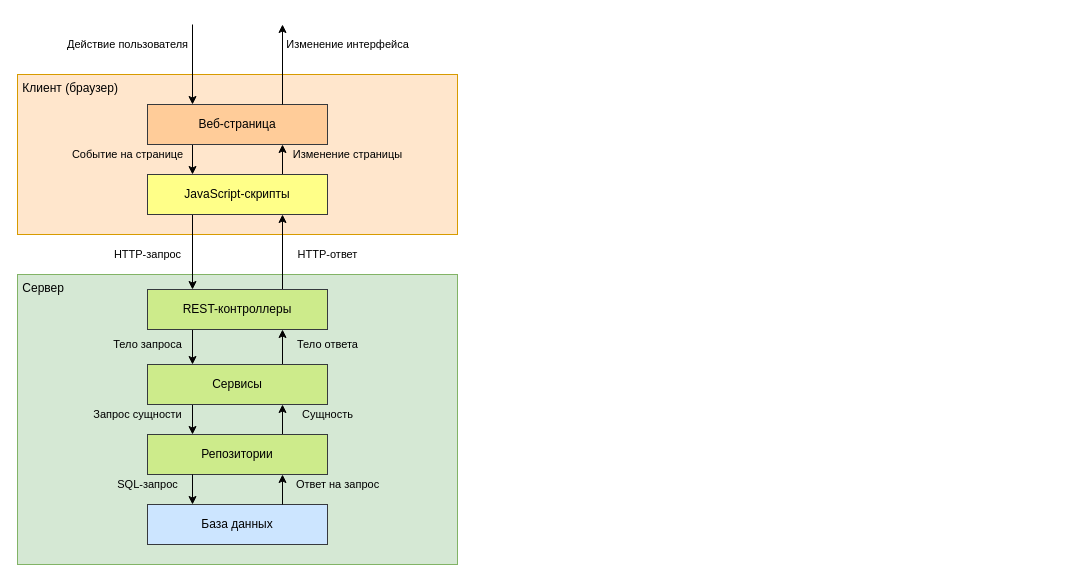
Before: spring/docs/diagrams/quendless_architecture.drawio in toiepp/quendless, a draw.io diagram. Source tidied: cells renumbered, new cells numbered last; positions are measured from the earlier drawing's top-left corner, leaving out a move shared by most shapes. Both pictures are drawn from the tidied source at 100%, with x=0, y=0 at pixel (17, 24).
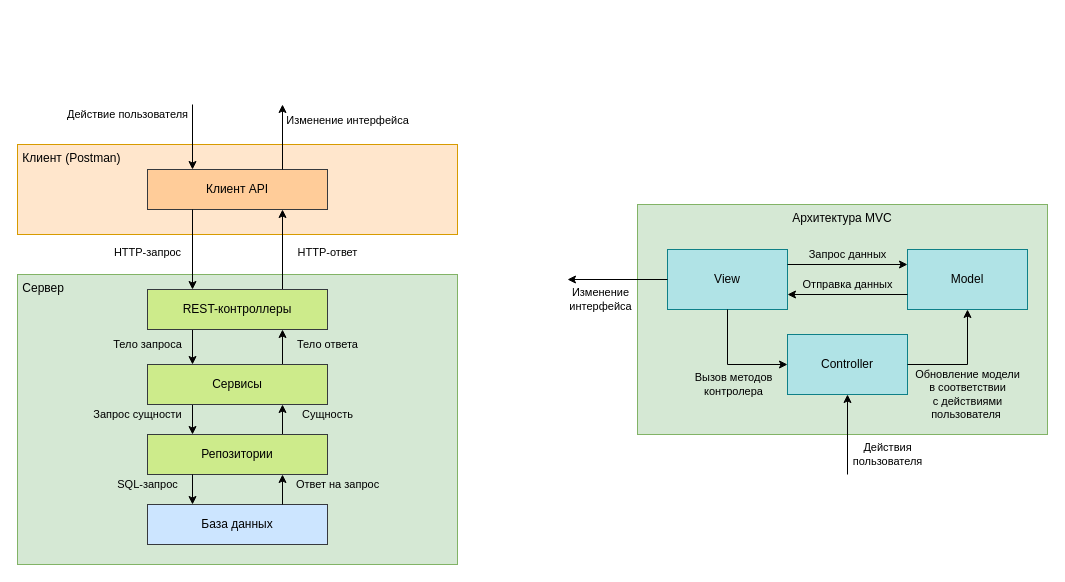
The same diagram, later.

The change refers to these unchanged cells:
```xml
<mxCell id="11" value="REST-контроллеры" style="rounded=0;whiteSpace=wrap;html=1;fillColor=#cdeb8b;strokeColor=#36393d;" parent="1" vertex="1">
  <mxGeometry x="130" y="265" width="180" height="40" as="geometry" />
</mxCell>
```

What changed in the source:
```diff
@@
+    <mxCell id="22" value="Архитектура MVC" style="rounded=0;whiteSpace=wrap;html=1;verticalAlign=top;fillColor=#d5e8d4;strokeColor=#82b366;" parent="1" vertex="1">
+      <mxGeometry x="620" y="180" width="410" height="230" as="geometry" />
+    </mxCell>
-    <mxCell id="2" value="&amp;nbsp;Клиент (браузер)" style="rounded=0;whiteSpace=wrap;html=1;align=left;verticalAlign=top;fillColor=#ffe6cc;strokeColor=#d79b00;" parent="1" vertex="1">
-      <mxGeometry y="50" width="440" height="160" as="geometry" />
+    <mxCell id="2" value="&amp;nbsp;Клиент (Postman)" style="rounded=0;whiteSpace=wrap;html=1;align=left;verticalAlign=top;fillColor=#ffe6cc;strokeColor=#d79b00;" parent="1" vertex="1">
+      <mxGeometry y="120" width="440" height="90" as="geometry" />
     </mxCell>
@@
-    <mxCell id="4" value="Событие на странице" style="edgeStyle=orthogonalEdgeStyle;rounded=0;jettySize=auto;html=1;exitX=0.25;exitY=1;exitDx=0;exitDy=0;entryX=0.25;entryY=0;entryDx=0;entryDy=0;labelBackgroundColor=none;" parent="1" edge="1" source="5" target="8">
-      <mxGeometry x="-0.33" y="-65" relative="1" as="geometry" />
-    </mxCell>
-    <mxCell id="5" value="Веб-страница" style="rounded=0;whiteSpace=wrap;html=1;fillColor=#ffcc99;strokeColor=#36393d;" parent="1" vertex="1">
-      <mxGeometry x="130" y="80" width="180" height="40" as="geometry" />
+    <mxCell id="5" value="Клиент API" style="rounded=0;whiteSpace=wrap;html=1;fillColor=#ffcc99;strokeColor=#36393d;" parent="1" vertex="1">
+      <mxGeometry x="130" y="145" width="180" height="40" as="geometry" />
     </mxCell>
-    <mxCell id="6" value="HTTP-запрос" style="edgeStyle=orthogonalEdgeStyle;rounded=0;jettySize=auto;html=1;exitX=0.25;exitY=1;exitDx=0;exitDy=0;entryX=0.25;entryY=0;entryDx=0;entryDy=0;labelBackgroundColor=none;" parent="1" edge="1" source="8" target="11">
+    <mxCell id="6" value="HTTP-запрос" style="edgeStyle=orthogonalEdgeStyle;rounded=0;jettySize=auto;html=1;exitX=0.25;exitY=1;exitDx=0;exitDy=0;entryX=0.25;entryY=0;entryDx=0;entryDy=0;labelBackgroundColor=none;" parent="1" edge="1" source="5" target="11">
       <mxGeometry x="0.07" y="-45" relative="1" as="geometry" />
     </mxCell>
-    <mxCell id="7" value="Изменение страницы" style="edgeStyle=orthogonalEdgeStyle;rounded=0;jettySize=auto;html=1;exitX=0.75;exitY=0;exitDx=0;exitDy=0;entryX=0.75;entryY=1;entryDx=0;entryDy=0;labelBackgroundColor=none;" parent="1" edge="1" source="8" target="5">
-      <mxGeometry x="0.33" y="-65" relative="1" as="geometry" />
-    </mxCell>
-    <mxCell id="8" value="JavaScript-скрипты" style="rounded=0;whiteSpace=wrap;html=1;fillColor=#ffff88;strokeColor=#36393d;" parent="1" vertex="1">
-      <mxGeometry x="130" y="150" width="180" height="40" as="geometry" />
-    </mxCell>
@@
-    <mxCell id="10" value="HTTP-ответ" style="edgeStyle=orthogonalEdgeStyle;rounded=0;jettySize=auto;html=1;exitX=0.75;exitY=0;exitDx=0;exitDy=0;entryX=0.75;entryY=1;entryDx=0;entryDy=0;labelBackgroundColor=none;" parent="1" edge="1" source="11" target="8">
+    <mxCell id="10" value="HTTP-ответ" style="edgeStyle=orthogonalEdgeStyle;rounded=0;jettySize=auto;html=1;exitX=0.75;exitY=0;exitDx=0;exitDy=0;entryX=0.75;entryY=1;entryDx=0;entryDy=0;labelBackgroundColor=none;" parent="1" edge="1" source="11" target="5">
       <mxGeometry x="-0.07" y="-45" relative="1" as="geometry" />
     </mxCell>
@@
     <mxCell id="20" value="Действие пользователя" style="endArrow=classic;html=1;rounded=0;entryX=0.25;entryY=0;entryDx=0;entryDy=0;labelBackgroundColor=none;" parent="1" edge="1" target="5">
-      <mxGeometry x="-0.5" y="-65" relative="1" as="geometry">
-        <mxPoint x="175" as="sourcePoint" />
+      <mxGeometry x="-0.69" y="-65" relative="1" as="geometry">
+        <mxPoint x="175" y="80" as="sourcePoint" />
       </mxGeometry>
     </mxCell>
     <mxCell id="21" value="Изменение интерфейса" style="endArrow=classic;html=1;rounded=0;exitX=0.75;exitY=0;exitDx=0;exitDy=0;" parent="1" edge="1" source="5">
       <mxGeometry x="0.5" y="-65" relative="1" as="geometry">
-        <mxPoint x="265" as="targetPoint" />
+        <mxPoint x="265" y="80" as="targetPoint" />
       </mxGeometry>
     </mxCell>
+    <mxCell id="23" value="View" style="rounded=0;whiteSpace=wrap;html=1;fillColor=#b0e3e6;strokeColor=#0e8088;" parent="1" vertex="1">
+      <mxGeometry x="650" y="225" width="120" height="60" as="geometry" />
+    </mxCell>
+    <mxCell id="24" value="Controller" style="rounded=0;whiteSpace=wrap;html=1;fillColor=#b0e3e6;strokeColor=#0e8088;" parent="1" vertex="1">
+      <mxGeometry x="770" y="310" width="120" height="60" as="geometry" />
+    </mxCell>
+    <mxCell id="25" value="Model" style="rounded=0;whiteSpace=wrap;html=1;fillColor=#b0e3e6;strokeColor=#0e8088;" parent="1" vertex="1">
+      <mxGeometry x="890" y="225" width="120" height="60" as="geometry" />
+    </mxCell>
+    <mxCell id="26" value="Действия &lt;br&gt;пользователя" style="endArrow=classic;html=1;rounded=0;entryX=0.5;entryY=1;entryDx=0;entryDy=0;labelBackgroundColor=none;" parent="1" edge="1" target="24">
+      <mxGeometry x="-0.5" y="-40" relative="1" as="geometry">
+        <mxPoint x="830" y="450" as="sourcePoint" />
+      </mxGeometry>
+    </mxCell>
+    <mxCell id="27" value="Изменение&lt;br&gt;интерфейса" style="endArrow=classic;html=1;rounded=0;exitX=0;exitY=0.5;exitDx=0;exitDy=0;labelBackgroundColor=none;" parent="1" edge="1" source="23">
+      <mxGeometry x="0.33" y="20" relative="1" as="geometry">
+        <mxPoint x="550" y="255" as="targetPoint" />
+      </mxGeometry>
+    </mxCell>
+    <mxCell id="28" value="Запрос данных" style="endArrow=classic;html=1;rounded=0;exitX=1;exitY=0.25;exitDx=0;exitDy=0;entryX=0;entryY=0.25;entryDx=0;entryDy=0;labelBackgroundColor=none;" parent="1" edge="1" source="23" target="25">
+      <mxGeometry y="10" relative="1" as="geometry" />
+    </mxCell>
+    <mxCell id="29" value="Отправка данных" style="endArrow=classic;html=1;rounded=0;exitX=0;exitY=0.75;exitDx=0;exitDy=0;entryX=1;entryY=0.75;entryDx=0;entryDy=0;labelBackgroundColor=none;" parent="1" edge="1" source="25" target="23">
+      <mxGeometry y="-10" relative="1" as="geometry" />
+    </mxCell>
+    <mxCell id="30" value="Вызов методов &lt;br&gt;контролера" style="endArrow=classic;html=1;rounded=0;labelBackgroundColor=none;exitX=0.5;exitY=1;exitDx=0;exitDy=0;entryX=0;entryY=0.5;entryDx=0;entryDy=0;edgeStyle=orthogonalEdgeStyle;" parent="1" edge="1" source="23" target="24">
+      <mxGeometry x="0.23" y="-22" relative="1" as="geometry">
+        <mxPoint x="-10" y="-2" as="offset" />
+      </mxGeometry>
+    </mxCell>
+    <mxCell id="31" value="Обновление модели &lt;br&gt;в соответствии &lt;br&gt;с действиями &lt;br&gt;пользователя&amp;nbsp;" style="endArrow=classic;html=1;rounded=0;labelBackgroundColor=none;exitX=1;exitY=0.5;exitDx=0;exitDy=0;entryX=0.5;entryY=1;entryDx=0;entryDy=0;edgeStyle=orthogonalEdgeStyle;" parent="1" edge="1" source="24" target="25">
+      <mxGeometry x="0.04" y="-30" relative="1" as="geometry">
+        <mxPoint x="-30" y="30" as="offset" />
+      </mxGeometry>
+    </mxCell>
```
